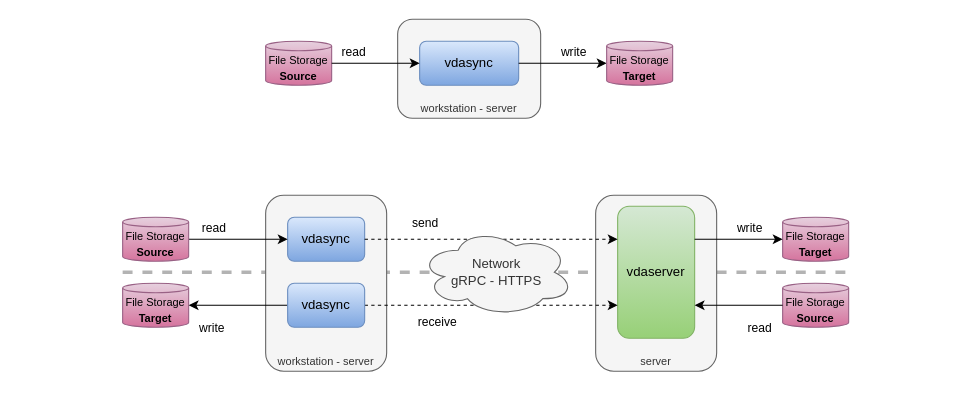
Earlier version of the draw.io diagram page "remote" (2 of 11) of docs/images/vdasync.drawio (t-beigbeder/vdasync). Source tidied: cells renumbered, new cells numbered last; positions are measured from the earlier drawing's top-left corner, leaving out a move shared by most shapes. Both pictures are drawn from the tidied source at 110%, with x=0, y=0 at pixel (122, 19).
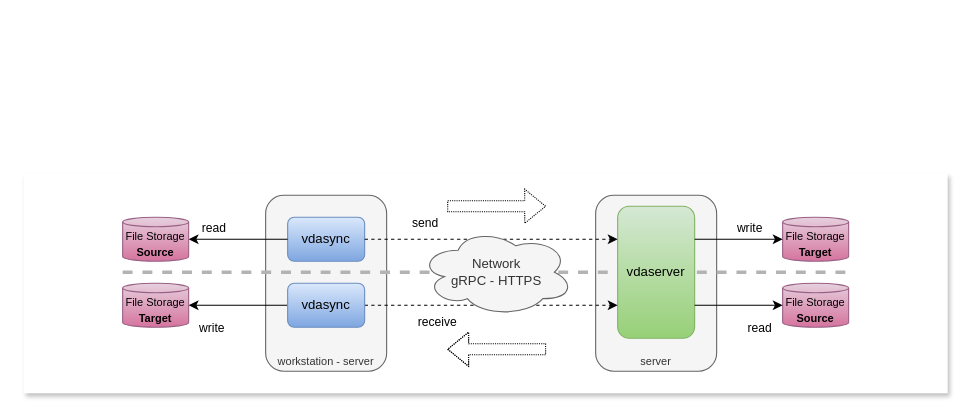
The same page after the edit.

Unchanged cells that the change refers to:
```xml
<mxCell id="10" value="vdasync" style="rounded=1;whiteSpace=wrap;html=1;fillColor=#dae8fc;strokeColor=#6c8ebf;gradientColor=#7ea6e0;" parent="1" vertex="1">
  <mxGeometry x="150" y="180" width="70" height="40" as="geometry" />
</mxCell>
<mxCell id="13" value="&lt;font style=&quot;font-size: 10px;&quot;&gt;File Storage&lt;/font&gt;&lt;div&gt;&lt;font style=&quot;font-size: 10px;&quot;&gt;&lt;b&gt;Source&lt;/b&gt;&lt;/font&gt;&lt;/div&gt;" style="shape=cylinder3;whiteSpace=wrap;html=1;boundedLbl=1;backgroundOutline=1;size=4.3333333333334;fillColor=#e6d0de;strokeColor=#996185;gradientColor=#d5739d;" parent="1" vertex="1">
  <mxGeometry y="180" width="60" height="40" as="geometry" />
</mxCell>
<mxCell id="16" value="vdaserver" style="rounded=1;whiteSpace=wrap;html=1;fillColor=#d5e8d4;strokeColor=#82b366;gradientColor=#97d077;" parent="1" vertex="1">
  <mxGeometry x="450" y="170" width="70" height="120" as="geometry" />
</mxCell>
<mxCell id="19" value="&lt;font style=&quot;font-size: 10px;&quot;&gt;File Storage&lt;/font&gt;&lt;div&gt;&lt;font style=&quot;font-size: 10px;&quot;&gt;&lt;b&gt;Source&lt;/b&gt;&lt;/font&gt;&lt;/div&gt;" style="shape=cylinder3;whiteSpace=wrap;html=1;boundedLbl=1;backgroundOutline=1;size=4.3333333333334;fillColor=#e6d0de;strokeColor=#996185;gradientColor=#d5739d;" parent="1" vertex="1">
  <mxGeometry x="600" y="240" width="60" height="40" as="geometry" />
</mxCell>
```

Diff of the diagram source:
```diff
@@
+    <mxCell id="25" style="rounded=0;whiteSpace=wrap;html=1;shadow=1;glass=0;strokeColor=none;" parent="1" vertex="1">
+      <mxGeometry x="-90" y="140" width="840" height="200" as="geometry" />
+    </mxCell>
+    <mxCell id="4" value="server" style="rounded=1;whiteSpace=wrap;html=1;verticalAlign=bottom;fillColor=#f5f5f5;fontColor=#333333;strokeColor=#666666;fontSize=10;" parent="1" vertex="1">
+      <mxGeometry x="430" y="160" width="110" height="160" as="geometry" />
+    </mxCell>
+    <mxCell id="3" value="workstation - server" style="rounded=1;whiteSpace=wrap;html=1;verticalAlign=bottom;fillColor=#f5f5f5;fontColor=#333333;strokeColor=#666666;fontSize=10;" parent="1" vertex="1">
+      <mxGeometry x="130" y="160" width="110" height="160" as="geometry" />
+    </mxCell>
@@
-    <mxCell id="3" value="workstation - server" style="rounded=1;whiteSpace=wrap;html=1;verticalAlign=bottom;fillColor=#f5f5f5;fontColor=#333333;strokeColor=#666666;fontSize=10;" parent="1" vertex="1">
-      <mxGeometry x="130" y="160" width="110" height="160" as="geometry" />
-    </mxCell>
-    <mxCell id="4" value="server" style="rounded=1;whiteSpace=wrap;html=1;verticalAlign=bottom;fillColor=#f5f5f5;fontColor=#333333;strokeColor=#666666;fontSize=10;" parent="1" vertex="1">
-      <mxGeometry x="430" y="160" width="110" height="160" as="geometry" />
-    </mxCell>
-    <mxCell id="5" value="workstation - server" style="rounded=1;whiteSpace=wrap;html=1;verticalAlign=bottom;fillColor=#f5f5f5;fontColor=#333333;strokeColor=#666666;fontSize=10;" parent="1" vertex="1">
-      <mxGeometry x="250" width="130" height="90" as="geometry" />
-    </mxCell>
-    <mxCell id="6" value="vdasync" style="rounded=1;whiteSpace=wrap;html=1;fillColor=#dae8fc;strokeColor=#6c8ebf;gradientColor=#7ea6e0;" parent="1" vertex="1">
-      <mxGeometry x="270" y="20" width="90" height="40" as="geometry" />
-    </mxCell>
-    <mxCell id="7" value="&lt;font style=&quot;font-size: 10px;&quot;&gt;File Storage&lt;/font&gt;&lt;div&gt;&lt;font style=&quot;font-size: 10px;&quot;&gt;&lt;b&gt;Source&lt;/b&gt;&lt;/font&gt;&lt;/div&gt;" style="shape=cylinder3;whiteSpace=wrap;html=1;boundedLbl=1;backgroundOutline=1;size=4.3333333333334;fillColor=#e6d0de;strokeColor=#996185;gradientColor=#d5739d;" parent="1" vertex="1">
-      <mxGeometry x="130" y="20" width="60" height="40" as="geometry" />
-    </mxCell>
-    <mxCell id="8" value="read" style="endArrow=classic;html=1;rounded=0;entryX=0;entryY=0.5;entryDx=0;entryDy=0;exitX=1;exitY=0.5;exitDx=0;exitDy=0;exitPerimeter=0;" parent="1" edge="1" source="7" target="6">
-      <mxGeometry x="-0.5" y="10" relative="1" as="geometry" />
-    </mxCell>
-    <mxCell id="9" value="write" style="endArrow=classic;html=1;rounded=0;entryX=0;entryY=0.5;entryDx=0;entryDy=0;exitX=1;exitY=0.5;exitDx=0;exitDy=0;entryPerimeter=0;" parent="1" edge="1" source="6" target="12">
-      <mxGeometry x="0.25" y="10" relative="1" as="geometry" />
-    </mxCell>
@@
-    <mxCell id="11" value="read" style="endArrow=classic;html=1;rounded=0;entryX=0;entryY=0.5;entryDx=0;entryDy=0;exitX=1;exitY=0.5;exitDx=0;exitDy=0;exitPerimeter=0;" parent="1" edge="1" source="13" target="10">
+    <mxCell id="11" value="read" style="endArrow=none;html=1;rounded=0;entryX=0;entryY=0.5;entryDx=0;entryDy=0;exitX=1;exitY=0.5;exitDx=0;exitDy=0;exitPerimeter=0;endFill=0;startArrow=classic;startFill=1;" parent="1" edge="1" source="13" target="10">
       <mxGeometry x="-0.5" y="10" relative="1" as="geometry" />
     </mxCell>
-    <mxCell id="12" value="&lt;font style=&quot;font-size: 10px;&quot;&gt;File Storage&lt;/font&gt;&lt;div&gt;&lt;font style=&quot;font-size: 10px;&quot;&gt;&lt;b&gt;Target&lt;/b&gt;&lt;/font&gt;&lt;/div&gt;" style="shape=cylinder3;whiteSpace=wrap;html=1;boundedLbl=1;backgroundOutline=1;size=4.3333333333334;fillColor=#e6d0de;strokeColor=#996185;gradientColor=#d5739d;" parent="1" vertex="1">
-      <mxGeometry x="440" y="20" width="60" height="40" as="geometry" />
-    </mxCell>
@@
-    <mxCell id="22" value="read" style="endArrow=classic;html=1;rounded=0;entryX=1;entryY=0.75;entryDx=0;entryDy=0;exitX=0;exitY=0.5;exitDx=0;exitDy=0;exitPerimeter=0;" parent="1" edge="1" source="19" target="16">
+    <mxCell id="22" value="read" style="endArrow=none;html=1;rounded=0;entryX=1;entryY=0.75;entryDx=0;entryDy=0;exitX=0;exitY=0.5;exitDx=0;exitDy=0;exitPerimeter=0;startArrow=classic;startFill=1;endFill=0;" parent="1" edge="1" source="19" target="16">
       <mxGeometry x="-0.47" y="21" relative="1" as="geometry" />
     </mxCell>
@@
+    <mxCell id="26" style="shape=flexArrow;endArrow=classic;html=1;rounded=0;dashed=1;dashPattern=1 1;" parent="1" edge="1">
+      <mxGeometry relative="1" as="geometry">
+        <mxPoint x="295" y="170" as="sourcePoint" />
+        <mxPoint x="385" y="170" as="targetPoint" />
+      </mxGeometry>
+    </mxCell>
+    <mxCell id="27" style="shape=flexArrow;endArrow=classic;html=1;rounded=0;dashed=1;dashPattern=1 1;" parent="1" edge="1">
+      <mxGeometry relative="1" as="geometry">
+        <mxPoint x="385" y="300" as="sourcePoint" />
+        <mxPoint x="295" y="300" as="targetPoint" />
+        <Array as="points">
+          <mxPoint x="380" y="300" />
+        </Array>
+      </mxGeometry>
+    </mxCell>
```
